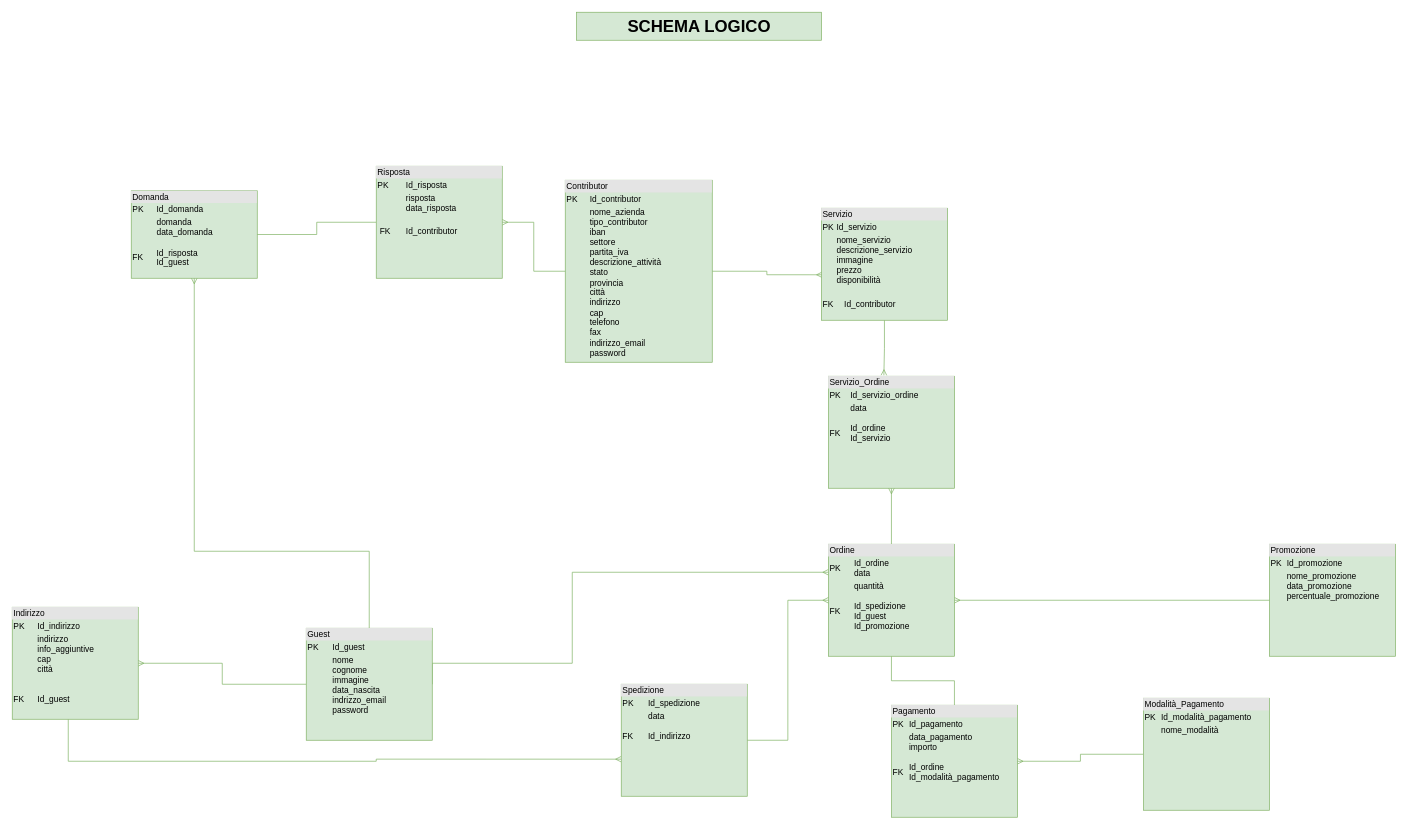
giadaventurini-pixel/giadaventurini-5binf keeps this draw.io diagram as schema logico new.drawio. Above is the earlier version. Source tidied: cells renumbered, new cells numbered last; positions are measured from the earlier drawing's top-left corner, leaving out a move shared by most shapes. Both pictures are drawn from the tidied source at 70%, with x=0, y=0 at pixel (12, 12).
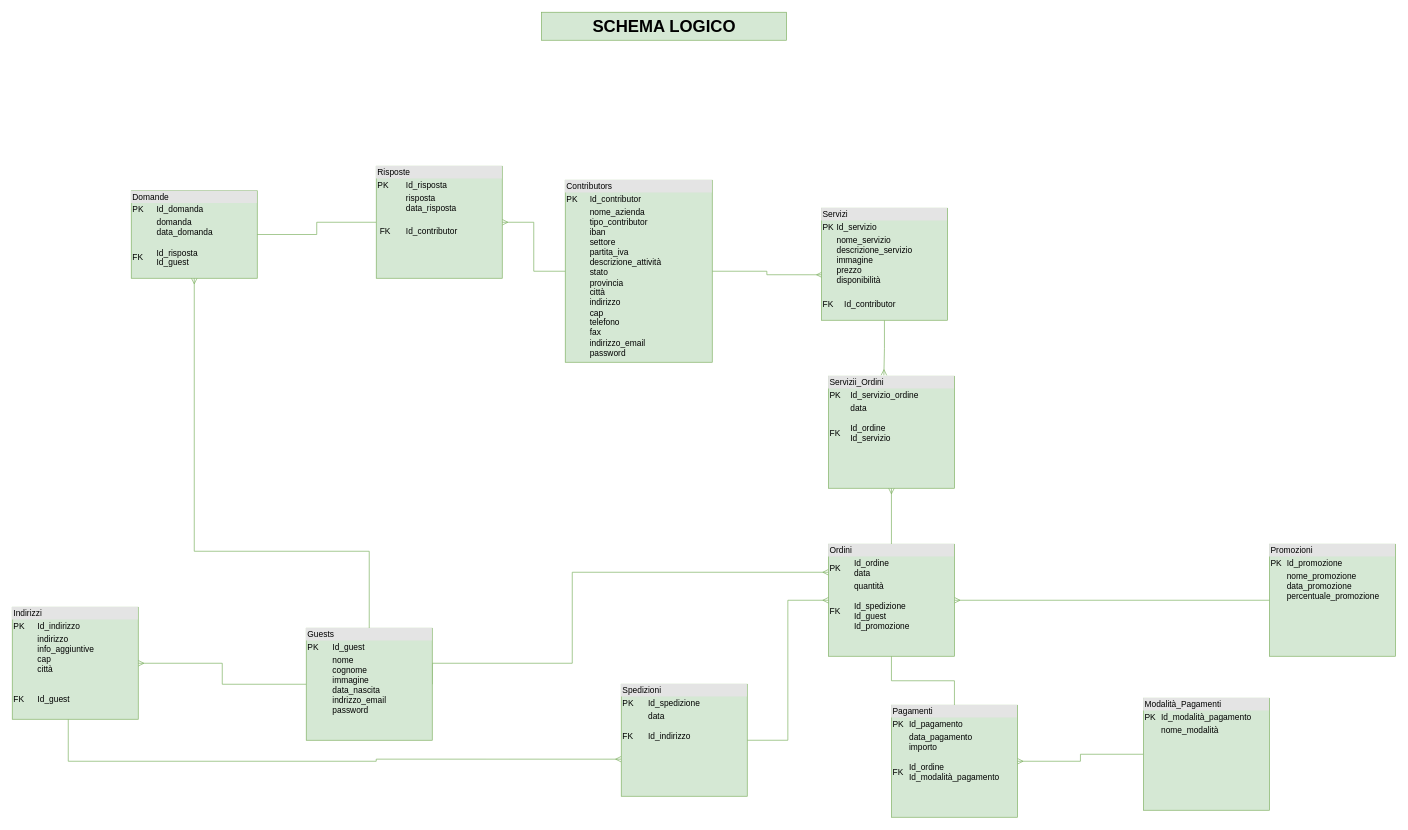
The same page after the edit.

Change to the diagram source:
```diff
@@
-    <mxCell id="3" value="&lt;div style=&quot;box-sizing: border-box ; width: 100% ; background: #e4e4e4 ; padding: 2px&quot;&gt;Contributor&amp;nbsp;&lt;/div&gt;&lt;table style=&quot;width: 100% ; font-size: 1em&quot; cellpadding=&quot;2&quot; cellspacing=&quot;0&quot;&gt;&lt;tbody&gt;&lt;tr&gt;&lt;td&gt;PK&lt;/td&gt;&lt;td&gt;Id_contributor&lt;br&gt;&lt;/td&gt;&lt;/tr&gt;&lt;tr&gt;&lt;td&gt;&lt;br&gt;&lt;br&gt;&lt;br&gt;&lt;br&gt;&lt;br&gt;&lt;br&gt;&lt;br&gt;&lt;br&gt;&lt;br&gt;&lt;br&gt;&lt;br&gt;&lt;/td&gt;&lt;td&gt;nome_azienda&lt;br&gt;tipo_contributor&lt;br&gt;iban&lt;br&gt;settore&lt;br&gt;partita_iva&lt;br&gt;descrizione_attività&lt;br&gt;stato&lt;br&gt;provincia&lt;br&gt;città&lt;br&gt;indirizzo&lt;br&gt;cap&lt;br&gt;telefono&lt;br&gt;fax&lt;br&gt;indirizzo_email&lt;br&gt;password&lt;br&gt;&lt;br&gt;&lt;br&gt;&lt;br&gt;&lt;br&gt;&lt;/td&gt;&lt;/tr&gt;&lt;tr&gt;&lt;td&gt;&amp;nbsp;&lt;/td&gt;&lt;td&gt;&lt;br&gt;&lt;/td&gt;&lt;/tr&gt;&lt;/tbody&gt;&lt;/table&gt;" style="verticalAlign=top;align=left;overflow=fill;html=1;fillColor=#d5e8d4;strokeColor=#82b366;" parent="1" vertex="1">
+    <mxCell id="3" value="&lt;div style=&quot;box-sizing: border-box ; width: 100% ; background: #e4e4e4 ; padding: 2px&quot;&gt;Contributors&lt;/div&gt;&lt;table style=&quot;width: 100% ; font-size: 1em&quot; cellpadding=&quot;2&quot; cellspacing=&quot;0&quot;&gt;&lt;tbody&gt;&lt;tr&gt;&lt;td&gt;PK&lt;/td&gt;&lt;td&gt;Id_contributor&lt;br&gt;&lt;/td&gt;&lt;/tr&gt;&lt;tr&gt;&lt;td&gt;&lt;br&gt;&lt;br&gt;&lt;br&gt;&lt;br&gt;&lt;br&gt;&lt;br&gt;&lt;br&gt;&lt;br&gt;&lt;br&gt;&lt;br&gt;&lt;br&gt;&lt;/td&gt;&lt;td&gt;nome_azienda&lt;br&gt;tipo_contributor&lt;br&gt;iban&lt;br&gt;settore&lt;br&gt;partita_iva&lt;br&gt;descrizione_attività&lt;br&gt;stato&lt;br&gt;provincia&lt;br&gt;città&lt;br&gt;indirizzo&lt;br&gt;cap&lt;br&gt;telefono&lt;br&gt;fax&lt;br&gt;indirizzo_email&lt;br&gt;password&lt;br&gt;&lt;br&gt;&lt;br&gt;&lt;br&gt;&lt;br&gt;&lt;/td&gt;&lt;/tr&gt;&lt;tr&gt;&lt;td&gt;&amp;nbsp;&lt;/td&gt;&lt;td&gt;&lt;br&gt;&lt;/td&gt;&lt;/tr&gt;&lt;/tbody&gt;&lt;/table&gt;" style="verticalAlign=top;align=left;overflow=fill;html=1;fillColor=#d5e8d4;strokeColor=#82b366;" parent="1" vertex="1">
       <mxGeometry x="790" y="240" width="210" height="260" as="geometry" />
     </mxCell>
@@
-    <mxCell id="7" value="&lt;div style=&quot;box-sizing: border-box ; width: 100% ; background: #e4e4e4 ; padding: 2px&quot;&gt;Guest&lt;/div&gt;&lt;table style=&quot;width: 100% ; font-size: 1em&quot; cellpadding=&quot;2&quot; cellspacing=&quot;0&quot;&gt;&lt;tbody&gt;&lt;tr&gt;&lt;td&gt;PK&lt;/td&gt;&lt;td&gt;Id_guest&lt;br&gt;&lt;/td&gt;&lt;/tr&gt;&lt;tr&gt;&lt;td&gt;&lt;br&gt;&lt;br&gt;&lt;br&gt;&lt;br&gt;&lt;/td&gt;&lt;td&gt;nome&lt;br&gt;cognome&lt;br&gt;immagine&lt;br&gt;data_nascita&lt;br&gt;indrizzo_email&lt;br&gt;password&lt;br&gt;&lt;br&gt;&lt;br&gt;&lt;br&gt;&lt;br&gt;&lt;/td&gt;&lt;/tr&gt;&lt;tr&gt;&lt;td&gt;&amp;nbsp;&lt;/td&gt;&lt;td&gt;&lt;br&gt;&lt;/td&gt;&lt;/tr&gt;&lt;/tbody&gt;&lt;/table&gt;" style="verticalAlign=top;align=left;overflow=fill;html=1;fillColor=#d5e8d4;strokeColor=#82b366;" parent="1" vertex="1">
+    <mxCell id="7" value="&lt;div style=&quot;box-sizing: border-box ; width: 100% ; background: #e4e4e4 ; padding: 2px&quot;&gt;Guests&lt;/div&gt;&lt;table style=&quot;width: 100% ; font-size: 1em&quot; cellpadding=&quot;2&quot; cellspacing=&quot;0&quot;&gt;&lt;tbody&gt;&lt;tr&gt;&lt;td&gt;PK&lt;/td&gt;&lt;td&gt;Id_guest&lt;br&gt;&lt;/td&gt;&lt;/tr&gt;&lt;tr&gt;&lt;td&gt;&lt;br&gt;&lt;br&gt;&lt;br&gt;&lt;br&gt;&lt;/td&gt;&lt;td&gt;nome&lt;br&gt;cognome&lt;br&gt;immagine&lt;br&gt;data_nascita&lt;br&gt;indrizzo_email&lt;br&gt;password&lt;br&gt;&lt;br&gt;&lt;br&gt;&lt;br&gt;&lt;br&gt;&lt;/td&gt;&lt;/tr&gt;&lt;tr&gt;&lt;td&gt;&amp;nbsp;&lt;/td&gt;&lt;td&gt;&lt;br&gt;&lt;/td&gt;&lt;/tr&gt;&lt;/tbody&gt;&lt;/table&gt;" style="verticalAlign=top;align=left;overflow=fill;html=1;fillColor=#d5e8d4;strokeColor=#82b366;" parent="1" vertex="1">
       <mxGeometry x="420" y="880" width="180" height="160" as="geometry" />
     </mxCell>
-    <mxCell id="8" value="&lt;div style=&quot;box-sizing: border-box ; width: 100% ; background: #e4e4e4 ; padding: 2px&quot;&gt;Domanda&amp;nbsp;&lt;/div&gt;&lt;table style=&quot;width: 100% ; font-size: 1em&quot; cellpadding=&quot;2&quot; cellspacing=&quot;0&quot;&gt;&lt;tbody&gt;&lt;tr&gt;&lt;td&gt;PK&lt;/td&gt;&lt;td&gt;Id_domanda&lt;br&gt;&lt;/td&gt;&lt;/tr&gt;&lt;tr&gt;&lt;td&gt;&lt;br&gt;&lt;br&gt;&lt;br&gt;FK&lt;/td&gt;&lt;td&gt;domanda&lt;br&gt;data_domanda&lt;br&gt;&lt;br&gt;Id_risposta&lt;br&gt;Id_guest&lt;/td&gt;&lt;/tr&gt;&lt;tr&gt;&lt;td&gt;&amp;nbsp;&lt;/td&gt;&lt;td&gt;&lt;br&gt;&lt;/td&gt;&lt;/tr&gt;&lt;/tbody&gt;&lt;/table&gt;" style="verticalAlign=top;align=left;overflow=fill;html=1;fillColor=#d5e8d4;strokeColor=#82b366;" parent="1" vertex="1">
+    <mxCell id="8" value="&lt;div style=&quot;box-sizing: border-box ; width: 100% ; background: #e4e4e4 ; padding: 2px&quot;&gt;Domande&lt;/div&gt;&lt;table style=&quot;width: 100% ; font-size: 1em&quot; cellpadding=&quot;2&quot; cellspacing=&quot;0&quot;&gt;&lt;tbody&gt;&lt;tr&gt;&lt;td&gt;PK&lt;/td&gt;&lt;td&gt;Id_domanda&lt;br&gt;&lt;/td&gt;&lt;/tr&gt;&lt;tr&gt;&lt;td&gt;&lt;br&gt;&lt;br&gt;&lt;br&gt;FK&lt;/td&gt;&lt;td&gt;domanda&lt;br&gt;data_domanda&lt;br&gt;&lt;br&gt;Id_risposta&lt;br&gt;Id_guest&lt;/td&gt;&lt;/tr&gt;&lt;tr&gt;&lt;td&gt;&amp;nbsp;&lt;/td&gt;&lt;td&gt;&lt;br&gt;&lt;/td&gt;&lt;/tr&gt;&lt;/tbody&gt;&lt;/table&gt;" style="verticalAlign=top;align=left;overflow=fill;html=1;fillColor=#d5e8d4;strokeColor=#82b366;" parent="1" vertex="1">
       <mxGeometry x="170" y="255" width="180" height="125" as="geometry" />
     </mxCell>
@@
-    <mxCell id="10" value="&lt;div style=&quot;box-sizing: border-box ; width: 100% ; background: #e4e4e4 ; padding: 2px&quot;&gt;Servizio&lt;/div&gt;&lt;table style=&quot;width: 100% ; font-size: 1em&quot; cellpadding=&quot;2&quot; cellspacing=&quot;0&quot;&gt;&lt;tbody&gt;&lt;tr&gt;&lt;td&gt;PK&lt;/td&gt;&lt;td&gt;Id_servizio&lt;br&gt;&lt;/td&gt;&lt;/tr&gt;&lt;tr&gt;&lt;td&gt;&lt;br&gt;&lt;/td&gt;&lt;td&gt;nome_servizio&lt;br&gt;descrizione_servizio&lt;br&gt;immagine&lt;br&gt;prezzo&lt;br&gt;disponibilità&lt;br&gt;&lt;br&gt;&lt;/td&gt;&lt;/tr&gt;&lt;tr&gt;&lt;td&gt;FK&lt;br&gt;&lt;br&gt;&lt;/td&gt;&lt;td&gt;&lt;table cellpadding=&quot;2&quot; cellspacing=&quot;0&quot; style=&quot;font-size: 1em ; width: 180px&quot;&gt;&lt;tbody&gt;&lt;tr&gt;&lt;td&gt;&lt;/td&gt;&lt;td&gt;Id_contributor&lt;/td&gt;&lt;/tr&gt;&lt;/tbody&gt;&lt;/table&gt;&lt;br&gt;&lt;/td&gt;&lt;/tr&gt;&lt;/tbody&gt;&lt;/table&gt;" style="verticalAlign=top;align=left;overflow=fill;html=1;fillColor=#d5e8d4;strokeColor=#82b366;" parent="1" vertex="1">
+    <mxCell id="10" value="&lt;div style=&quot;box-sizing: border-box ; width: 100% ; background: #e4e4e4 ; padding: 2px&quot;&gt;Servizi&lt;/div&gt;&lt;table style=&quot;width: 100% ; font-size: 1em&quot; cellpadding=&quot;2&quot; cellspacing=&quot;0&quot;&gt;&lt;tbody&gt;&lt;tr&gt;&lt;td&gt;PK&lt;/td&gt;&lt;td&gt;Id_servizio&lt;br&gt;&lt;/td&gt;&lt;/tr&gt;&lt;tr&gt;&lt;td&gt;&lt;br&gt;&lt;/td&gt;&lt;td&gt;nome_servizio&lt;br&gt;descrizione_servizio&lt;br&gt;immagine&lt;br&gt;prezzo&lt;br&gt;disponibilità&lt;br&gt;&lt;br&gt;&lt;/td&gt;&lt;/tr&gt;&lt;tr&gt;&lt;td&gt;FK&lt;br&gt;&lt;br&gt;&lt;/td&gt;&lt;td&gt;&lt;table cellpadding=&quot;2&quot; cellspacing=&quot;0&quot; style=&quot;font-size: 1em ; width: 180px&quot;&gt;&lt;tbody&gt;&lt;tr&gt;&lt;td&gt;&lt;/td&gt;&lt;td&gt;Id_contributor&lt;/td&gt;&lt;/tr&gt;&lt;/tbody&gt;&lt;/table&gt;&lt;br&gt;&lt;/td&gt;&lt;/tr&gt;&lt;/tbody&gt;&lt;/table&gt;" style="verticalAlign=top;align=left;overflow=fill;html=1;fillColor=#d5e8d4;strokeColor=#82b366;" parent="1" vertex="1">
       <mxGeometry x="1156" y="280" width="180" height="160" as="geometry" />
     </mxCell>
-    <mxCell id="11" value="&lt;div style=&quot;box-sizing: border-box ; width: 100% ; background: #e4e4e4 ; padding: 2px&quot;&gt;Promozione&lt;/div&gt;&lt;table style=&quot;width: 100% ; font-size: 1em&quot; cellpadding=&quot;2&quot; cellspacing=&quot;0&quot;&gt;&lt;tbody&gt;&lt;tr&gt;&lt;td&gt;PK&lt;/td&gt;&lt;td&gt;Id_promozione&lt;br&gt;&lt;/td&gt;&lt;/tr&gt;&lt;tr&gt;&lt;td&gt;&lt;br&gt;&lt;br&gt;&lt;br&gt;&lt;br&gt;&lt;/td&gt;&lt;td&gt;nome_promozione&lt;br&gt;data_promozione&lt;br&gt;percentuale_promozione&lt;br&gt;&lt;br&gt;&lt;br&gt;&lt;/td&gt;&lt;/tr&gt;&lt;tr&gt;&lt;td&gt;&amp;nbsp;&lt;/td&gt;&lt;td&gt;&lt;br&gt;&lt;/td&gt;&lt;/tr&gt;&lt;/tbody&gt;&lt;/table&gt;" style="verticalAlign=top;align=left;overflow=fill;html=1;fillColor=#d5e8d4;strokeColor=#82b366;" parent="1" vertex="1">
+    <mxCell id="11" value="&lt;div style=&quot;box-sizing: border-box ; width: 100% ; background: #e4e4e4 ; padding: 2px&quot;&gt;Promozioni&lt;/div&gt;&lt;table style=&quot;width: 100% ; font-size: 1em&quot; cellpadding=&quot;2&quot; cellspacing=&quot;0&quot;&gt;&lt;tbody&gt;&lt;tr&gt;&lt;td&gt;PK&lt;/td&gt;&lt;td&gt;Id_promozione&lt;br&gt;&lt;/td&gt;&lt;/tr&gt;&lt;tr&gt;&lt;td&gt;&lt;br&gt;&lt;br&gt;&lt;br&gt;&lt;br&gt;&lt;/td&gt;&lt;td&gt;nome_promozione&lt;br&gt;data_promozione&lt;br&gt;percentuale_promozione&lt;br&gt;&lt;br&gt;&lt;br&gt;&lt;/td&gt;&lt;/tr&gt;&lt;tr&gt;&lt;td&gt;&amp;nbsp;&lt;/td&gt;&lt;td&gt;&lt;br&gt;&lt;/td&gt;&lt;/tr&gt;&lt;/tbody&gt;&lt;/table&gt;" style="verticalAlign=top;align=left;overflow=fill;html=1;fillColor=#d5e8d4;strokeColor=#82b366;" parent="1" vertex="1">
       <mxGeometry x="1796" y="760" width="180" height="160" as="geometry" />
     </mxCell>
@@
-    <mxCell id="14" value="&lt;div style=&quot;box-sizing: border-box ; width: 100% ; background: #e4e4e4 ; padding: 2px&quot;&gt;Risposta&lt;/div&gt;&lt;table style=&quot;width: 100% ; font-size: 1em&quot; cellpadding=&quot;2&quot; cellspacing=&quot;0&quot;&gt;&lt;tbody&gt;&lt;tr&gt;&lt;td&gt;PK&lt;/td&gt;&lt;td&gt;Id_risposta&lt;br&gt;&lt;/td&gt;&lt;/tr&gt;&lt;tr&gt;&lt;td&gt;&lt;br&gt;&lt;br&gt;&lt;/td&gt;&lt;td&gt;risposta&lt;br&gt;data_risposta&lt;br&gt;&lt;br&gt;&lt;/td&gt;&lt;/tr&gt;&lt;tr&gt;&lt;td&gt;&amp;nbsp;FK&lt;/td&gt;&lt;td&gt;Id_contributor&lt;/td&gt;&lt;/tr&gt;&lt;/tbody&gt;&lt;/table&gt;" style="verticalAlign=top;align=left;overflow=fill;html=1;fillColor=#d5e8d4;strokeColor=#82b366;" parent="1" vertex="1">
+    <mxCell id="14" value="&lt;div style=&quot;box-sizing: border-box ; width: 100% ; background: #e4e4e4 ; padding: 2px&quot;&gt;Risposte&lt;/div&gt;&lt;table style=&quot;width: 100% ; font-size: 1em&quot; cellpadding=&quot;2&quot; cellspacing=&quot;0&quot;&gt;&lt;tbody&gt;&lt;tr&gt;&lt;td&gt;PK&lt;/td&gt;&lt;td&gt;Id_risposta&lt;br&gt;&lt;/td&gt;&lt;/tr&gt;&lt;tr&gt;&lt;td&gt;&lt;br&gt;&lt;br&gt;&lt;/td&gt;&lt;td&gt;risposta&lt;br&gt;data_risposta&lt;br&gt;&lt;br&gt;&lt;/td&gt;&lt;/tr&gt;&lt;tr&gt;&lt;td&gt;&amp;nbsp;FK&lt;/td&gt;&lt;td&gt;Id_contributor&lt;/td&gt;&lt;/tr&gt;&lt;/tbody&gt;&lt;/table&gt;" style="verticalAlign=top;align=left;overflow=fill;html=1;fillColor=#d5e8d4;strokeColor=#82b366;" parent="1" vertex="1">
       <mxGeometry x="520" y="220" width="180" height="160" as="geometry" />
     </mxCell>
@@
-    <mxCell id="18" value="&lt;div style=&quot;box-sizing: border-box ; width: 100% ; background: #e4e4e4 ; padding: 2px&quot;&gt;Ordine&lt;/div&gt;&lt;table style=&quot;width: 100% ; font-size: 1em&quot; cellpadding=&quot;2&quot; cellspacing=&quot;0&quot;&gt;&lt;tbody&gt;&lt;tr&gt;&lt;td&gt;PK&lt;/td&gt;&lt;td&gt;Id_ordine&lt;br&gt;data&lt;/td&gt;&lt;/tr&gt;&lt;tr&gt;&lt;td&gt;&lt;br&gt;FK&lt;/td&gt;&lt;td&gt;quantità&lt;br&gt;&lt;br&gt;Id_spedizione&lt;br&gt;Id_guest&lt;br&gt;Id_promozione&lt;/td&gt;&lt;/tr&gt;&lt;tr&gt;&lt;td&gt;&amp;nbsp;&lt;/td&gt;&lt;td&gt;&lt;br&gt;&lt;/td&gt;&lt;/tr&gt;&lt;/tbody&gt;&lt;/table&gt;" style="verticalAlign=top;align=left;overflow=fill;html=1;fillColor=#d5e8d4;strokeColor=#82b366;" parent="1" vertex="1">
+    <mxCell id="18" value="&lt;div style=&quot;box-sizing: border-box ; width: 100% ; background: #e4e4e4 ; padding: 2px&quot;&gt;Ordini&lt;/div&gt;&lt;table style=&quot;width: 100% ; font-size: 1em&quot; cellpadding=&quot;2&quot; cellspacing=&quot;0&quot;&gt;&lt;tbody&gt;&lt;tr&gt;&lt;td&gt;PK&lt;/td&gt;&lt;td&gt;Id_ordine&lt;br&gt;data&lt;/td&gt;&lt;/tr&gt;&lt;tr&gt;&lt;td&gt;&lt;br&gt;FK&lt;/td&gt;&lt;td&gt;quantità&lt;br&gt;&lt;br&gt;Id_spedizione&lt;br&gt;Id_guest&lt;br&gt;Id_promozione&lt;/td&gt;&lt;/tr&gt;&lt;tr&gt;&lt;td&gt;&amp;nbsp;&lt;/td&gt;&lt;td&gt;&lt;br&gt;&lt;/td&gt;&lt;/tr&gt;&lt;/tbody&gt;&lt;/table&gt;" style="verticalAlign=top;align=left;overflow=fill;html=1;fillColor=#d5e8d4;strokeColor=#82b366;" parent="1" vertex="1">
       <mxGeometry x="1166" y="760" width="180" height="160" as="geometry" />
     </mxCell>
@@
-    <mxCell id="20" value="&lt;div style=&quot;box-sizing: border-box ; width: 100% ; background: #e4e4e4 ; padding: 2px&quot;&gt;Pagamento&lt;/div&gt;&lt;table style=&quot;width: 100% ; font-size: 1em&quot; cellpadding=&quot;2&quot; cellspacing=&quot;0&quot;&gt;&lt;tbody&gt;&lt;tr&gt;&lt;td&gt;PK&lt;/td&gt;&lt;td&gt;Id_pagamento&lt;br&gt;&lt;/td&gt;&lt;/tr&gt;&lt;tr&gt;&lt;td&gt;&lt;br&gt;&lt;br&gt;FK&lt;/td&gt;&lt;td&gt;data_pagamento&lt;br&gt;importo&lt;br&gt;&lt;br&gt;Id_ordine&lt;br&gt;Id_modalità_pagamento&lt;br&gt;&lt;br&gt;&lt;/td&gt;&lt;/tr&gt;&lt;tr&gt;&lt;td&gt;&amp;nbsp;&lt;/td&gt;&lt;td&gt;&lt;br&gt;&lt;/td&gt;&lt;/tr&gt;&lt;/tbody&gt;&lt;/table&gt;" style="verticalAlign=top;align=left;overflow=fill;html=1;fillColor=#d5e8d4;strokeColor=#82b366;" parent="1" vertex="1">
+    <mxCell id="20" value="&lt;div style=&quot;box-sizing: border-box ; width: 100% ; background: #e4e4e4 ; padding: 2px&quot;&gt;Pagamenti&lt;/div&gt;&lt;table style=&quot;width: 100% ; font-size: 1em&quot; cellpadding=&quot;2&quot; cellspacing=&quot;0&quot;&gt;&lt;tbody&gt;&lt;tr&gt;&lt;td&gt;PK&lt;/td&gt;&lt;td&gt;Id_pagamento&lt;br&gt;&lt;/td&gt;&lt;/tr&gt;&lt;tr&gt;&lt;td&gt;&lt;br&gt;&lt;br&gt;FK&lt;/td&gt;&lt;td&gt;data_pagamento&lt;br&gt;importo&lt;br&gt;&lt;br&gt;Id_ordine&lt;br&gt;Id_modalità_pagamento&lt;br&gt;&lt;br&gt;&lt;/td&gt;&lt;/tr&gt;&lt;tr&gt;&lt;td&gt;&amp;nbsp;&lt;/td&gt;&lt;td&gt;&lt;br&gt;&lt;/td&gt;&lt;/tr&gt;&lt;/tbody&gt;&lt;/table&gt;" style="verticalAlign=top;align=left;overflow=fill;html=1;fillColor=#d5e8d4;strokeColor=#82b366;" parent="1" vertex="1">
       <mxGeometry x="1256" y="990" width="180" height="160" as="geometry" />
     </mxCell>
-    <mxCell id="21" value="&lt;div style=&quot;box-sizing: border-box ; width: 100% ; background: #e4e4e4 ; padding: 2px&quot;&gt;Modalità_Pagamento&lt;/div&gt;&lt;table style=&quot;width: 100% ; font-size: 1em&quot; cellpadding=&quot;2&quot; cellspacing=&quot;0&quot;&gt;&lt;tbody&gt;&lt;tr&gt;&lt;td&gt;PK&lt;/td&gt;&lt;td&gt;Id_modalità_pagamento&lt;br&gt;&lt;/td&gt;&lt;/tr&gt;&lt;tr&gt;&lt;td&gt;&lt;br&gt;&lt;/td&gt;&lt;td&gt;nome_modalità&lt;br&gt;&lt;br&gt;&lt;br&gt;&lt;/td&gt;&lt;/tr&gt;&lt;tr&gt;&lt;td&gt;&amp;nbsp;&lt;/td&gt;&lt;td&gt;&lt;br&gt;&lt;/td&gt;&lt;/tr&gt;&lt;/tbody&gt;&lt;/table&gt;" style="verticalAlign=top;align=left;overflow=fill;html=1;fillColor=#d5e8d4;strokeColor=#82b366;" parent="1" vertex="1">
+    <mxCell id="21" value="&lt;div style=&quot;box-sizing: border-box ; width: 100% ; background: #e4e4e4 ; padding: 2px&quot;&gt;Modalità_Pagamenti&lt;/div&gt;&lt;table style=&quot;width: 100% ; font-size: 1em&quot; cellpadding=&quot;2&quot; cellspacing=&quot;0&quot;&gt;&lt;tbody&gt;&lt;tr&gt;&lt;td&gt;PK&lt;/td&gt;&lt;td&gt;Id_modalità_pagamento&lt;br&gt;&lt;/td&gt;&lt;/tr&gt;&lt;tr&gt;&lt;td&gt;&lt;br&gt;&lt;/td&gt;&lt;td&gt;nome_modalità&lt;br&gt;&lt;br&gt;&lt;br&gt;&lt;/td&gt;&lt;/tr&gt;&lt;tr&gt;&lt;td&gt;&amp;nbsp;&lt;/td&gt;&lt;td&gt;&lt;br&gt;&lt;/td&gt;&lt;/tr&gt;&lt;/tbody&gt;&lt;/table&gt;" style="verticalAlign=top;align=left;overflow=fill;html=1;fillColor=#d5e8d4;strokeColor=#82b366;" parent="1" vertex="1">
       <mxGeometry x="1616" y="980" width="180" height="160" as="geometry" />
     </mxCell>
@@
-    <mxCell id="23" value="&lt;div style=&quot;box-sizing: border-box ; width: 100% ; background: #e4e4e4 ; padding: 2px&quot;&gt;Indirizzo&lt;/div&gt;&lt;table style=&quot;width: 100% ; font-size: 1em&quot; cellpadding=&quot;2&quot; cellspacing=&quot;0&quot;&gt;&lt;tbody&gt;&lt;tr&gt;&lt;td&gt;PK&lt;/td&gt;&lt;td&gt;Id_indirizzo&lt;br&gt;&lt;/td&gt;&lt;/tr&gt;&lt;tr&gt;&lt;td&gt;&lt;br&gt;&lt;br&gt;&lt;br&gt;&lt;br&gt;FK&lt;br&gt;&lt;br&gt;&lt;br&gt;&lt;/td&gt;&lt;td&gt;indirizzo&lt;br&gt;info_aggiuntive&lt;br&gt;cap&lt;br&gt;città&lt;br&gt;&lt;br&gt;&lt;br&gt;Id_guest&lt;br&gt;&lt;br&gt;&lt;br&gt;&lt;br&gt;&lt;br&gt;&lt;/td&gt;&lt;/tr&gt;&lt;tr&gt;&lt;td&gt;&amp;nbsp;&lt;/td&gt;&lt;td&gt;&lt;br&gt;&lt;/td&gt;&lt;/tr&gt;&lt;/tbody&gt;&lt;/table&gt;" style="verticalAlign=top;align=left;overflow=fill;html=1;fillColor=#d5e8d4;strokeColor=#82b366;" parent="1" vertex="1">
+    <mxCell id="23" value="&lt;div style=&quot;box-sizing: border-box ; width: 100% ; background: #e4e4e4 ; padding: 2px&quot;&gt;Indirizzi&lt;/div&gt;&lt;table style=&quot;width: 100% ; font-size: 1em&quot; cellpadding=&quot;2&quot; cellspacing=&quot;0&quot;&gt;&lt;tbody&gt;&lt;tr&gt;&lt;td&gt;PK&lt;/td&gt;&lt;td&gt;Id_indirizzo&lt;br&gt;&lt;/td&gt;&lt;/tr&gt;&lt;tr&gt;&lt;td&gt;&lt;br&gt;&lt;br&gt;&lt;br&gt;&lt;br&gt;FK&lt;br&gt;&lt;br&gt;&lt;br&gt;&lt;/td&gt;&lt;td&gt;indirizzo&lt;br&gt;info_aggiuntive&lt;br&gt;cap&lt;br&gt;città&lt;br&gt;&lt;br&gt;&lt;br&gt;Id_guest&lt;br&gt;&lt;br&gt;&lt;br&gt;&lt;br&gt;&lt;br&gt;&lt;/td&gt;&lt;/tr&gt;&lt;tr&gt;&lt;td&gt;&amp;nbsp;&lt;/td&gt;&lt;td&gt;&lt;br&gt;&lt;/td&gt;&lt;/tr&gt;&lt;/tbody&gt;&lt;/table&gt;" style="verticalAlign=top;align=left;overflow=fill;html=1;fillColor=#d5e8d4;strokeColor=#82b366;" parent="1" vertex="1">
       <mxGeometry y="850" width="180" height="160" as="geometry" />
     </mxCell>
@@
-    <mxCell id="25" value="&lt;div style=&quot;box-sizing: border-box ; width: 100% ; background: #e4e4e4 ; padding: 2px&quot;&gt;Spedizione&lt;/div&gt;&lt;table style=&quot;width: 100% ; font-size: 1em&quot; cellpadding=&quot;2&quot; cellspacing=&quot;0&quot;&gt;&lt;tbody&gt;&lt;tr&gt;&lt;td&gt;PK&lt;/td&gt;&lt;td&gt;Id_spedizione&lt;br&gt;&lt;/td&gt;&lt;/tr&gt;&lt;tr&gt;&lt;td&gt;&lt;br&gt;FK&lt;/td&gt;&lt;td&gt;data&lt;br&gt;&lt;br&gt;Id_indirizzo&lt;br&gt;&lt;br&gt;&lt;/td&gt;&lt;/tr&gt;&lt;tr&gt;&lt;td&gt;&amp;nbsp;&lt;/td&gt;&lt;td&gt;&lt;br&gt;&lt;/td&gt;&lt;/tr&gt;&lt;/tbody&gt;&lt;/table&gt;" style="verticalAlign=top;align=left;overflow=fill;html=1;fillColor=#d5e8d4;strokeColor=#82b366;" parent="1" vertex="1">
+    <mxCell id="25" value="&lt;div style=&quot;box-sizing: border-box ; width: 100% ; background: #e4e4e4 ; padding: 2px&quot;&gt;Spedizioni&lt;/div&gt;&lt;table style=&quot;width: 100% ; font-size: 1em&quot; cellpadding=&quot;2&quot; cellspacing=&quot;0&quot;&gt;&lt;tbody&gt;&lt;tr&gt;&lt;td&gt;PK&lt;/td&gt;&lt;td&gt;Id_spedizione&lt;br&gt;&lt;/td&gt;&lt;/tr&gt;&lt;tr&gt;&lt;td&gt;&lt;br&gt;FK&lt;/td&gt;&lt;td&gt;data&lt;br&gt;&lt;br&gt;Id_indirizzo&lt;br&gt;&lt;br&gt;&lt;/td&gt;&lt;/tr&gt;&lt;tr&gt;&lt;td&gt;&amp;nbsp;&lt;/td&gt;&lt;td&gt;&lt;br&gt;&lt;/td&gt;&lt;/tr&gt;&lt;/tbody&gt;&lt;/table&gt;" style="verticalAlign=top;align=left;overflow=fill;html=1;fillColor=#d5e8d4;strokeColor=#82b366;" parent="1" vertex="1">
       <mxGeometry x="870" y="960" width="180" height="160" as="geometry" />
     </mxCell>
     <mxCell id="26" value="SCHEMA LOGICO" style="text;html=1;fontSize=24;fontStyle=1;verticalAlign=middle;align=center;rounded=0;sketch=0;fillColor=#d5e8d4;strokeColor=#82b366;" parent="1" vertex="1">
-      <mxGeometry x="806" width="350" height="40" as="geometry" />
+      <mxGeometry x="756" width="350" height="40" as="geometry" />
     </mxCell>
-    <mxCell id="27" value="&lt;div style=&quot;box-sizing: border-box ; width: 100% ; background: #e4e4e4 ; padding: 2px&quot;&gt;Servizio_Ordine&lt;/div&gt;&lt;table style=&quot;width: 100% ; font-size: 1em&quot; cellpadding=&quot;2&quot; cellspacing=&quot;0&quot;&gt;&lt;tbody&gt;&lt;tr&gt;&lt;td&gt;PK&lt;/td&gt;&lt;td&gt;Id_servizio_ordine&lt;br&gt;&lt;/td&gt;&lt;/tr&gt;&lt;tr&gt;&lt;td&gt;&lt;br&gt;FK&lt;/td&gt;&lt;td&gt;data&lt;br&gt;&lt;br&gt;Id_ordine&lt;br&gt;Id_servizio&lt;br&gt;&lt;br&gt;&lt;/td&gt;&lt;/tr&gt;&lt;tr&gt;&lt;td&gt;&amp;nbsp;&lt;/td&gt;&lt;td&gt;&lt;br&gt;&lt;/td&gt;&lt;/tr&gt;&lt;/tbody&gt;&lt;/table&gt;" style="verticalAlign=top;align=left;overflow=fill;html=1;fillColor=#d5e8d4;strokeColor=#82b366;" parent="1" vertex="1">
+    <mxCell id="27" value="&lt;div style=&quot;box-sizing: border-box ; width: 100% ; background: #e4e4e4 ; padding: 2px&quot;&gt;Servizii_Ordini&lt;/div&gt;&lt;table style=&quot;width: 100% ; font-size: 1em&quot; cellpadding=&quot;2&quot; cellspacing=&quot;0&quot;&gt;&lt;tbody&gt;&lt;tr&gt;&lt;td&gt;PK&lt;/td&gt;&lt;td&gt;Id_servizio_ordine&lt;br&gt;&lt;/td&gt;&lt;/tr&gt;&lt;tr&gt;&lt;td&gt;&lt;br&gt;FK&lt;/td&gt;&lt;td&gt;data&lt;br&gt;&lt;br&gt;Id_ordine&lt;br&gt;Id_servizio&lt;br&gt;&lt;br&gt;&lt;/td&gt;&lt;/tr&gt;&lt;tr&gt;&lt;td&gt;&amp;nbsp;&lt;/td&gt;&lt;td&gt;&lt;br&gt;&lt;/td&gt;&lt;/tr&gt;&lt;/tbody&gt;&lt;/table&gt;" style="verticalAlign=top;align=left;overflow=fill;html=1;fillColor=#d5e8d4;strokeColor=#82b366;" parent="1" vertex="1">
       <mxGeometry x="1166" y="520" width="180" height="160" as="geometry" />
     </mxCell>
```
